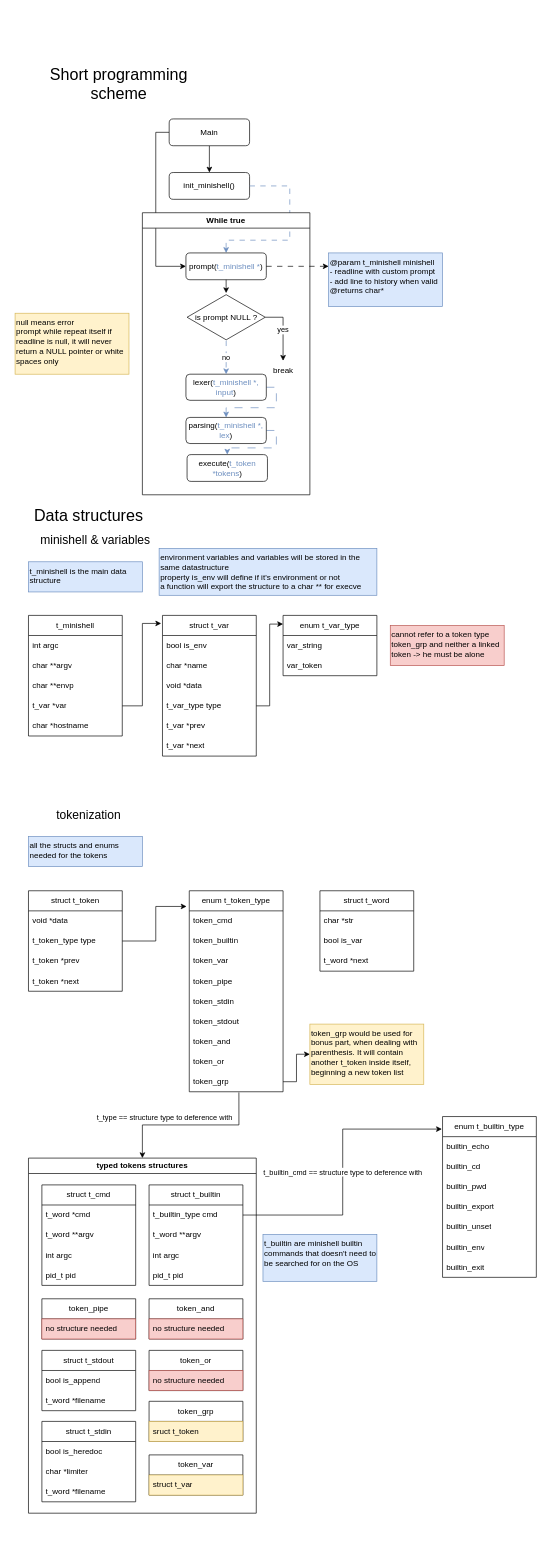
RPDJF/42-minishell keeps this draw.io diagram as docs/flow_scheme.drawio. Above is the earlier version. Source tidied: cells renumbered, new cells numbered last; positions are measured from the earlier drawing's top-left corner, leaving out a move shared by most shapes. Both pictures are drawn from the tidied source at 67%, with x=0, y=0 at pixel (15, 65).
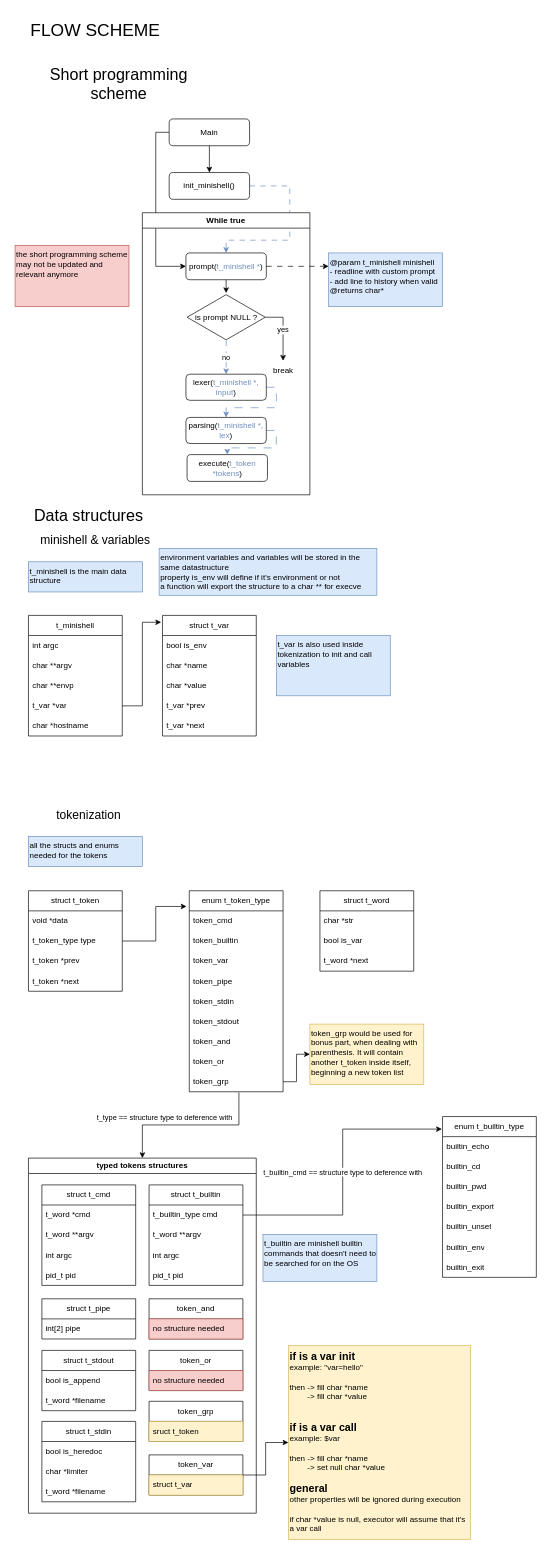
After the change.

Commit message:
Mettre à jour flow_scheme.drawio

The change refers to these unchanged cells:
```xml
<mxCell id="39" value="typed tokens structures" style="swimlane;whiteSpace=wrap;html=1;" parent="1" vertex="1">
  <mxGeometry x="20" y="1631" width="340" height="530" as="geometry" />
</mxCell>
<mxCell id="65" value="token_var" style="swimlane;fontStyle=0;horizontal=1;startSize=30;whiteSpace=wrap;html=1;" parent="39" vertex="1">
  <mxGeometry x="180" y="443" width="140" height="60" as="geometry" />
</mxCell>
```

Diff of the diagram source:
```diff
@@
-    <mxCell id="21" value="null means error&lt;div&gt;prompt while repeat itself if readline is null, it will never return a NULL pointer or white spaces only&lt;/div&gt;" style="rounded=0;whiteSpace=wrap;html=1;fillColor=#fff2cc;strokeColor=#d6b656;verticalAlign=top;align=left;" parent="1" vertex="1">
-      <mxGeometry y="370" width="170" height="91" as="geometry" />
-    </mxCell>
@@
-    <mxCell id="50" value="token_pipe" style="swimlane;fontStyle=0;horizontal=1;startSize=30;whiteSpace=wrap;html=1;" parent="39" vertex="1">
-      <mxGeometry x="20" y="210" width="140" height="60" as="geometry" />
-    </mxCell>
-    <mxCell id="51" value="no structure needed" style="text;strokeColor=#b85450;fillColor=#f8cecc;align=left;verticalAlign=middle;spacingLeft=4;spacingRight=4;overflow=hidden;whiteSpace=wrap;html=1;" parent="50" vertex="1">
-      <mxGeometry y="30" width="140" height="30" as="geometry" />
-    </mxCell>
@@
+    <mxCell id="109" value="struct t_pipe" style="swimlane;fontStyle=0;horizontal=1;startSize=30;whiteSpace=wrap;html=1;" parent="39" vertex="1">
+      <mxGeometry x="20" y="210" width="140" height="60" as="geometry" />
+    </mxCell>
+    <mxCell id="110" value="int[2] pipe" style="text;strokeColor=none;fillColor=none;align=left;verticalAlign=middle;spacingLeft=4;spacingRight=4;overflow=hidden;whiteSpace=wrap;html=1;" parent="109" vertex="1">
+      <mxGeometry y="30" width="140" height="30" as="geometry" />
+    </mxCell>
@@
-    <mxCell id="90" value="enum t_var_type" style="swimlane;fontStyle=0;horizontal=1;startSize=30;whiteSpace=wrap;html=1;" parent="1" vertex="1">
-      <mxGeometry x="400" y="821" width="140" height="90" as="geometry" />
-    </mxCell>
-    <mxCell id="91" value="var_string" style="text;strokeColor=none;fillColor=none;align=left;verticalAlign=middle;spacingLeft=4;spacingRight=4;overflow=hidden;whiteSpace=wrap;html=1;" parent="90" vertex="1">
-      <mxGeometry y="30" width="140" height="30" as="geometry" />
-    </mxCell>
-    <mxCell id="92" value="var_token" style="text;strokeColor=none;fillColor=none;align=left;verticalAlign=middle;spacingLeft=4;spacingRight=4;overflow=hidden;whiteSpace=wrap;html=1;" parent="90" vertex="1">
-      <mxGeometry y="60" width="140" height="30" as="geometry" />
-    </mxCell>
-    <mxCell id="93" style="edgeStyle=orthogonalEdgeStyle;rounded=0;jettySize=auto;html=1;entryX=0;entryY=0.144;entryDx=0;entryDy=0;entryPerimeter=0;" parent="1" edge="1" source="98" target="90">
-      <mxGeometry relative="1" as="geometry" />
-    </mxCell>
     <mxCell id="94" value="struct t_var" style="swimlane;fontStyle=0;horizontal=1;startSize=30;whiteSpace=wrap;html=1;" parent="1" vertex="1">
-      <mxGeometry x="220" y="821" width="140" height="210" as="geometry" />
+      <mxGeometry x="220" y="821" width="140" height="180" as="geometry" />
     </mxCell>
@@
-    <mxCell id="97" value="void *data" style="text;strokeColor=none;fillColor=none;align=left;verticalAlign=middle;spacingLeft=4;spacingRight=4;overflow=hidden;whiteSpace=wrap;html=1;" parent="94" vertex="1">
+    <mxCell id="97" value="char *value" style="text;strokeColor=none;fillColor=none;align=left;verticalAlign=middle;spacingLeft=4;spacingRight=4;overflow=hidden;whiteSpace=wrap;html=1;" parent="94" vertex="1">
       <mxGeometry y="90" width="140" height="30" as="geometry" />
     </mxCell>
-    <mxCell id="98" value="t_var_type type" style="text;strokeColor=none;fillColor=none;align=left;verticalAlign=middle;spacingLeft=4;spacingRight=4;overflow=hidden;points=[[0,0.5],[1,0.5]];portConstraint=eastwest;whiteSpace=wrap;html=1;" parent="94" vertex="1">
-      <mxGeometry y="120" width="140" height="30" as="geometry" />
-    </mxCell>
     <mxCell id="99" value="t_var *prev" style="text;strokeColor=none;fillColor=none;align=left;verticalAlign=middle;spacingLeft=4;spacingRight=4;overflow=hidden;whiteSpace=wrap;html=1;" parent="94" vertex="1">
-      <mxGeometry y="150" width="140" height="30" as="geometry" />
+      <mxGeometry y="120" width="140" height="30" as="geometry" />
     </mxCell>
     <mxCell id="100" value="t_var *next" style="text;strokeColor=none;fillColor=none;align=left;verticalAlign=middle;spacingLeft=4;spacingRight=4;overflow=hidden;whiteSpace=wrap;html=1;" parent="94" vertex="1">
-      <mxGeometry y="180" width="140" height="30" as="geometry" />
+      <mxGeometry y="150" width="140" height="30" as="geometry" />
     </mxCell>
-    <mxCell id="101" value="cannot refer to a token type token_grp and neither a linked token -&amp;gt; he must be alone" style="rounded=0;whiteSpace=wrap;html=1;fillColor=#f8cecc;strokeColor=#b85450;verticalAlign=top;align=left;" parent="1" vertex="1">
-      <mxGeometry x="560" y="836" width="170" height="60" as="geometry" />
-    </mxCell>
@@
+    <mxCell id="111" style="edgeStyle=orthogonalEdgeStyle;rounded=0;jettySize=auto;html=1;entryX=0;entryY=0.5;entryDx=0;entryDy=0;" parent="1" edge="1" source="65" target="112">
+      <mxGeometry relative="1" as="geometry" />
+    </mxCell>
+    <mxCell id="112" value="&lt;b&gt;&lt;font style=&quot;font-size: 16px;&quot;&gt;if is a var init&lt;/font&gt;&lt;/b&gt;&lt;div&gt;example: &quot;var=hello&quot;&lt;/div&gt;&lt;div&gt;&lt;br&gt;&lt;/div&gt;&lt;div&gt;then&lt;span style=&quot;white-space: pre;&quot;&gt;&#9;&lt;/span&gt;-&amp;gt; fill char *name&lt;/div&gt;&lt;div&gt;&lt;span style=&quot;white-space: pre;&quot;&gt;&#9;&lt;/span&gt;-&amp;gt; fill char *value&lt;br&gt;&lt;/div&gt;&lt;div&gt;&lt;br&gt;&lt;/div&gt;&lt;div&gt;&lt;br&gt;&lt;/div&gt;&lt;div&gt;&lt;font style=&quot;font-size: 16px;&quot;&gt;&lt;b&gt;if is a var call&lt;/b&gt;&lt;/font&gt;&lt;/div&gt;&lt;div&gt;example: $var&lt;/div&gt;&lt;div&gt;&lt;br&gt;&lt;/div&gt;&lt;div&gt;then -&amp;gt; fill char *name&lt;/div&gt;&lt;div&gt;&lt;span style=&quot;white-space: pre;&quot;&gt;&#9;&lt;/span&gt;-&amp;gt; set null char *value&lt;br&gt;&lt;/div&gt;&lt;div&gt;&lt;br&gt;&lt;/div&gt;&lt;div&gt;&lt;b&gt;&lt;font style=&quot;font-size: 16px;&quot;&gt;general&lt;/font&gt;&lt;/b&gt;&lt;/div&gt;&lt;div&gt;other properties will be ignored during execution&lt;/div&gt;&lt;div&gt;&lt;br&gt;&lt;/div&gt;&lt;div&gt;if char *value is null, executor will assume that it's a var call&lt;/div&gt;" style="rounded=0;whiteSpace=wrap;html=1;fillColor=#fff2cc;strokeColor=#d6b656;verticalAlign=top;align=left;" parent="1" vertex="1">
+      <mxGeometry x="408" y="1911" width="272" height="289" as="geometry" />
+    </mxCell>
+    <mxCell id="113" value="the short programming scheme may not be updated and relevant anymore" style="rounded=0;whiteSpace=wrap;html=1;fillColor=#f8cecc;strokeColor=#b85450;verticalAlign=top;align=left;" parent="1" vertex="1">
+      <mxGeometry y="269" width="170" height="91" as="geometry" />
+    </mxCell>
+    <mxCell id="114" value="t_var is also used inside tokenization to init and call variables" style="rounded=0;whiteSpace=wrap;html=1;fillColor=#dae8fc;strokeColor=#6c8ebf;verticalAlign=top;align=left;" parent="1" vertex="1">
+      <mxGeometry x="390" y="851" width="170" height="90" as="geometry" />
+    </mxCell>
+    <mxCell id="115" value="&lt;font style=&quot;font-size: 26px;&quot;&gt;FLOW SCHEME&lt;/font&gt;" style="text;html=1;align=center;verticalAlign=middle;whiteSpace=wrap;rounded=0;fontSize=24;" parent="1" vertex="1">
+      <mxGeometry x="-5" y="-80" width="250" height="55" as="geometry" />
+    </mxCell>
```
